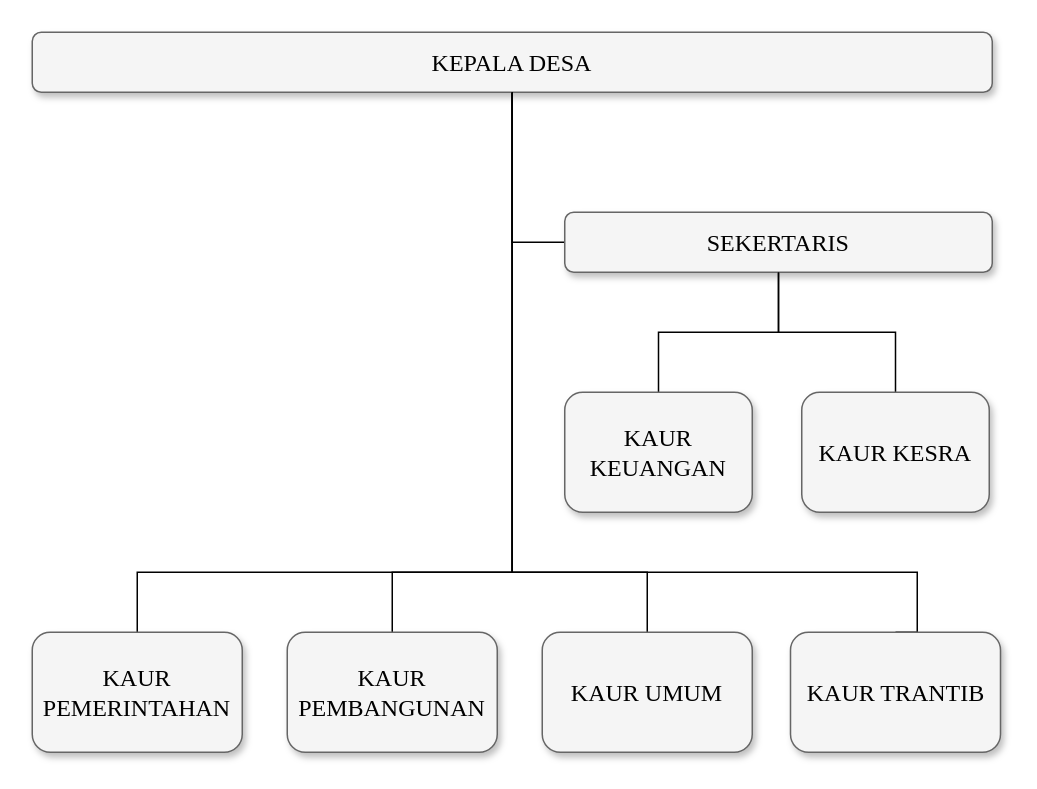
This is struktur-organisasi-saga.drawio from AkbarMarunduri/Saga-Diagram, a draw.io file, before an edit. Source tidied: cells renumbered, new cells numbered last; positions are measured from the earlier drawing's top-left corner, leaving out a move shared by most shapes. Both pictures are drawn from the tidied source at 150%, with x=0, y=0 at pixel (32, 32).
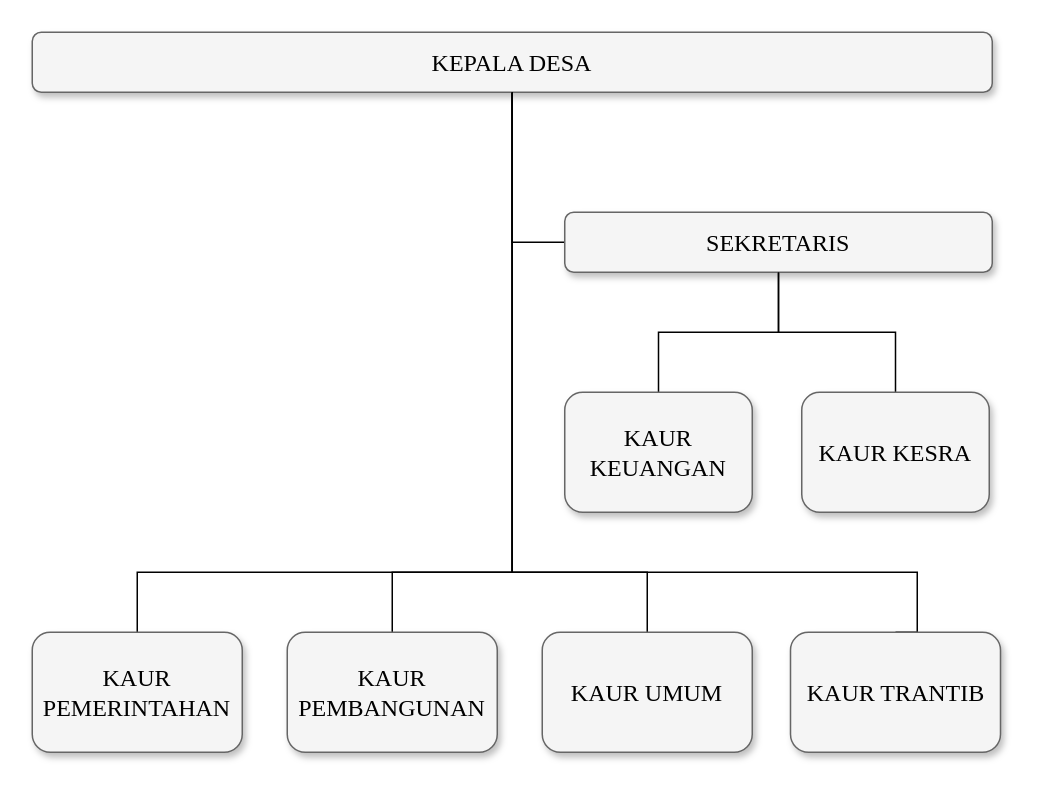
Above is the later version.

Diff of the diagram source:
```diff
@@
-    <mxCell id="7" value="SEKERTARIS" style="whiteSpace=wrap;html=1;rounded=1;shadow=1;strokeWidth=1;fontSize=16;align=center;fillColor=#f5f5f5;strokeColor=#666666;fontFamily=Times New Roman;" parent="1" vertex="1">
+    <mxCell id="7" value="SEKRETARIS" style="whiteSpace=wrap;html=1;rounded=1;shadow=1;strokeWidth=1;fontSize=16;align=center;fillColor=#f5f5f5;strokeColor=#666666;fontFamily=Times New Roman;" parent="1" vertex="1">
       <mxGeometry x="355" y="120" width="285" height="40" as="geometry" />
     </mxCell>
```
